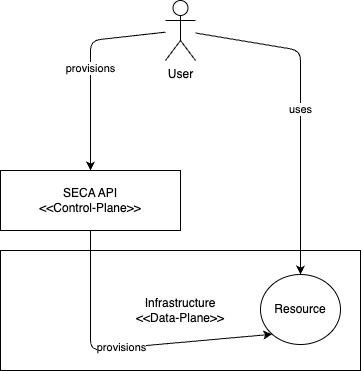
Before: assets/high-level-separation.png, a diagram exported from draw.io (PauloLory-ionos/spec). Source tidied: cells renumbered, new cells last; positions are measured from the earlier drawing's top-left corner, leaving out a move shared by most shapes. The source it was exported from:
```xml
<mxGraphModel>
  <root>
    <mxCell id="0" />
    <mxCell id="1" parent="0" />
    <mxCell id="2" value="Infrastructure&lt;br&gt;&amp;lt;&amp;lt;Data-Plane&amp;gt;&amp;gt;" style="rounded=0;whiteSpace=wrap;html=1;" parent="1" vertex="1">
      <mxGeometry y="250" width="360" height="120" as="geometry" />
    </mxCell>
    <mxCell id="3" value="provisions" style="edgeStyle=none;html=1;entryX=0.5;entryY=0;entryDx=0;entryDy=0;" parent="1" edge="1" source="5" target="7">
      <mxGeometry relative="1" as="geometry">
        <Array as="points">
          <mxPoint x="90" y="40" />
        </Array>
      </mxGeometry>
    </mxCell>
    <mxCell id="4" value="uses" style="edgeStyle=none;html=1;entryX=0.5;entryY=0;entryDx=0;entryDy=0;" parent="1" edge="1" source="5" target="8">
      <mxGeometry relative="1" as="geometry">
        <Array as="points">
          <mxPoint x="300" y="50" />
        </Array>
      </mxGeometry>
    </mxCell>
    <mxCell id="5" value="User" style="shape=umlActor;verticalLabelPosition=bottom;verticalAlign=top;html=1;outlineConnect=0;" parent="1" vertex="1">
      <mxGeometry x="165" width="30" height="60" as="geometry" />
    </mxCell>
    <mxCell id="6" value="provisions" style="edgeStyle=none;html=1;entryX=0;entryY=1;entryDx=0;entryDy=0;" parent="1" edge="1" source="7" target="8">
      <mxGeometry relative="1" as="geometry">
        <Array as="points">
          <mxPoint x="90" y="350" />
        </Array>
      </mxGeometry>
    </mxCell>
    <mxCell id="7" value="SECA API&lt;br&gt;&amp;lt;&amp;lt;Control-Plane&amp;gt;&amp;gt;" style="rounded=0;whiteSpace=wrap;html=1;" parent="1" vertex="1">
      <mxGeometry y="170" width="180" height="60" as="geometry" />
    </mxCell>
    <mxCell id="8" value="Resource" style="ellipse;whiteSpace=wrap;html=1;" parent="1" vertex="1">
      <mxGeometry x="260" y="274" width="80" height="70" as="geometry" />
    </mxCell>
  </root>
</mxGraphModel>
```
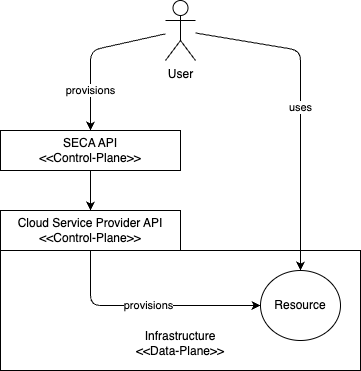
Later version of the same file.

The edit, as a diff of the source:
```diff
@@ -2,13 +2,13 @@
   <root>
     <mxCell id="0" />
     <mxCell id="1" parent="0" />
-    <mxCell id="2" value="Infrastructure&lt;br&gt;&amp;lt;&amp;lt;Data-Plane&amp;gt;&amp;gt;" style="rounded=0;whiteSpace=wrap;html=1;" parent="1" vertex="1">
+    <mxCell id="2" value="Infrastructure&lt;br&gt;&amp;lt;&amp;lt;Data-Plane&amp;gt;&amp;gt;" style="rounded=0;whiteSpace=wrap;html=1;verticalAlign=bottom;spacingBottom=10;" parent="1" vertex="1">
       <mxGeometry y="250" width="360" height="120" as="geometry" />
     </mxCell>
     <mxCell id="3" value="provisions" style="edgeStyle=none;html=1;entryX=0.5;entryY=0;entryDx=0;entryDy=0;" parent="1" edge="1" source="5" target="7">
-      <mxGeometry relative="1" as="geometry">
+      <mxGeometry x="0.49" relative="1" as="geometry">
         <Array as="points">
-          <mxPoint x="90" y="40" />
+          <mxPoint x="90" y="50" />
         </Array>
       </mxGeometry>
     </mxCell>
@@ -22,18 +22,24 @@
     <mxCell id="5" value="User" style="shape=umlActor;verticalLabelPosition=bottom;verticalAlign=top;html=1;outlineConnect=0;" parent="1" vertex="1">
       <mxGeometry x="165" width="30" height="60" as="geometry" />
     </mxCell>
-    <mxCell id="6" value="provisions" style="edgeStyle=none;html=1;entryX=0;entryY=1;entryDx=0;entryDy=0;" parent="1" edge="1" source="7" target="8">
+    <mxCell id="6" value="provisions" style="edgeStyle=none;html=1;entryX=0;entryY=0.5;entryDx=0;entryDy=0;exitX=0.5;exitY=1;exitDx=0;exitDy=0;" parent="1" edge="1" source="10" target="8">
       <mxGeometry relative="1" as="geometry">
         <Array as="points">
-          <mxPoint x="90" y="350" />
+          <mxPoint x="90" y="305" />
         </Array>
       </mxGeometry>
     </mxCell>
+    <mxCell id="9" style="edgeStyle=none;html=1;entryX=0.5;entryY=0;entryDx=0;entryDy=0;" parent="1" edge="1" source="7" target="10">
+      <mxGeometry relative="1" as="geometry" />
+    </mxCell>
     <mxCell id="7" value="SECA API&lt;br&gt;&amp;lt;&amp;lt;Control-Plane&amp;gt;&amp;gt;" style="rounded=0;whiteSpace=wrap;html=1;" parent="1" vertex="1">
-      <mxGeometry y="170" width="180" height="60" as="geometry" />
+      <mxGeometry y="130" width="180" height="40" as="geometry" />
     </mxCell>
     <mxCell id="8" value="Resource" style="ellipse;whiteSpace=wrap;html=1;" parent="1" vertex="1">
-      <mxGeometry x="260" y="274" width="80" height="70" as="geometry" />
+      <mxGeometry x="260" y="270" width="80" height="70" as="geometry" />
     </mxCell>
+    <mxCell id="10" value="Cloud Service Provider API&lt;br&gt;&amp;lt;&amp;lt;Control-Plane&amp;gt;&amp;gt;" style="rounded=0;whiteSpace=wrap;html=1;" parent="1" vertex="1">
+      <mxGeometry y="210" width="180" height="40" as="geometry" />
+    </mxCell>
   </root>
 </mxGraphModel>
```
